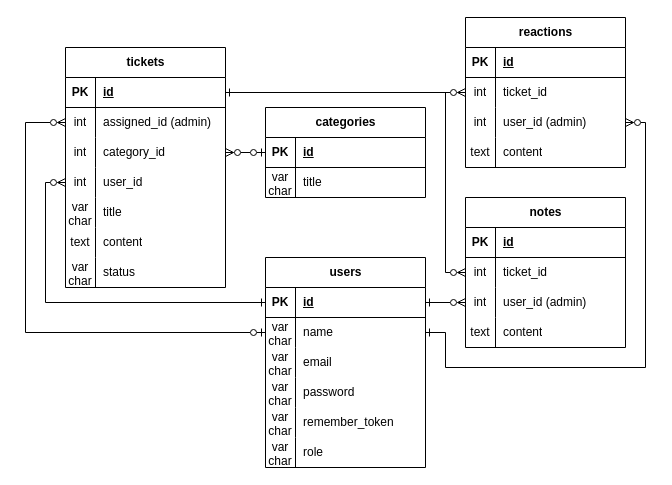
LeggyBoiTim/klantenhulpportaal keeps this draw.io diagram as klantenhulpportaal-databasediagram.drawio. Above is the earlier version. Source tidied: cells renumbered, new cells numbered last; positions are measured from the earlier drawing's top-left corner, leaving out a move shared by most shapes. Both pictures are drawn from the tidied source at 100%, with x=0, y=0 at pixel (25, 17).
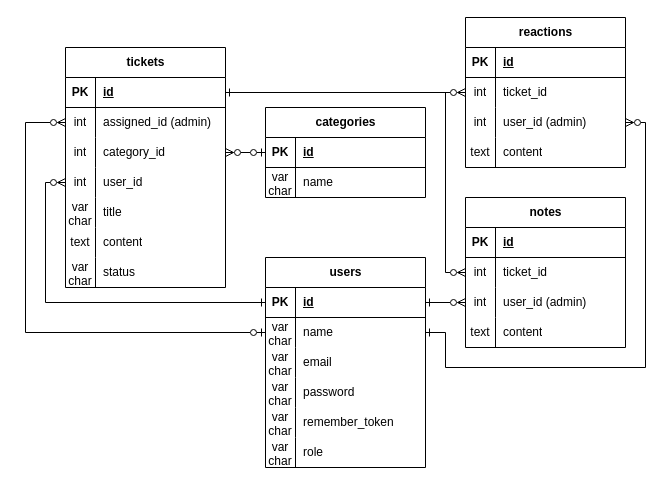
The same page after the edit.

The change refers to these unchanged cells:
```xml
<mxCell id="47" style="shape=tableRow;horizontal=0;startSize=0;swimlaneHead=0;swimlaneBody=0;fillColor=none;top=0;left=0;right=0;bottom=0;" parent="43" vertex="1">
  <mxGeometry y="60" width="160" height="30" as="geometry" />
</mxCell>
```

Change to the diagram source:
```diff
@@
-    <mxCell id="49" value="title" style="shape=partialRectangle;fillColor=none;top=0;left=0;bottom=0;right=0;align=left;spacingLeft=6;overflow=hidden;whiteSpace=wrap;html=1;" parent="47" vertex="1">
+    <mxCell id="49" value="name" style="shape=partialRectangle;fillColor=none;top=0;left=0;bottom=0;right=0;align=left;spacingLeft=6;overflow=hidden;whiteSpace=wrap;html=1;" parent="47" vertex="1">
       <mxGeometry x="30" width="130" height="30" as="geometry" />
     </mxCell>
```
